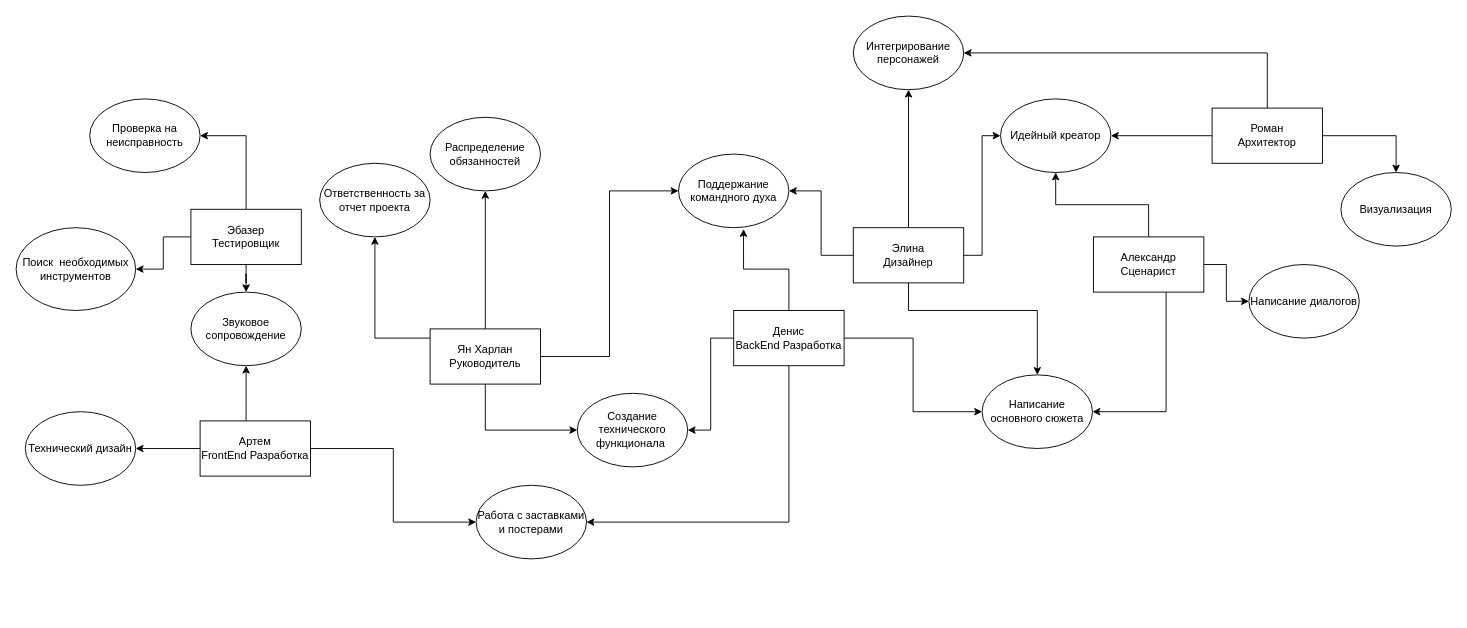
The draw.io diagram распределение ролей.drawio in DLordxxx/Death-Parade, before the edit. Source tidied: cells renumbered, new cells numbered last; positions are measured from the earlier drawing's top-left corner, leaving out a move shared by most shapes. Both pictures are drawn from the tidied source at 92%, with x=0, y=0 at pixel (16, 16).
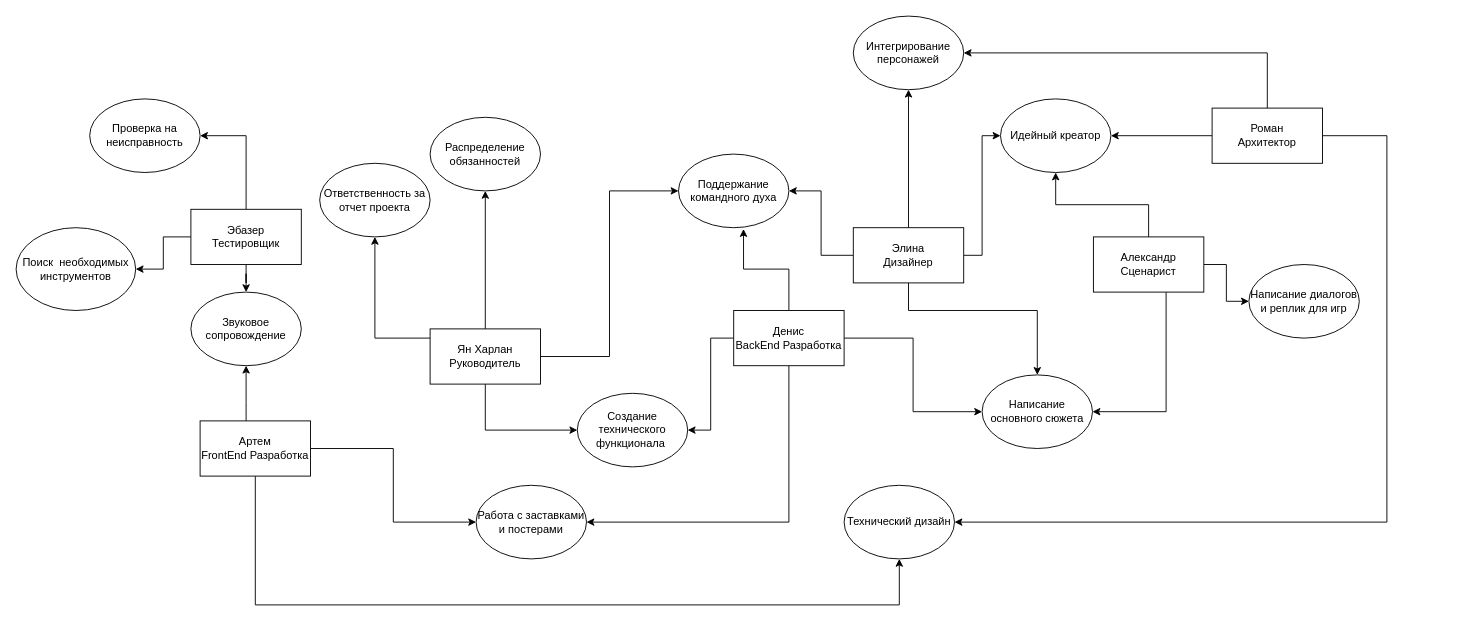
The same diagram, later.

Unchanged cells that the change refers to:
```xml
<mxCell id="10" value="Роман&lt;br&gt;Архитектор" style="rounded=0;whiteSpace=wrap;html=1;" parent="1" vertex="1">
  <mxGeometry x="1300" y="100" width="120" height="60" as="geometry" />
</mxCell>
<mxCell id="20" value="Артем&lt;br&gt;FrontEnd Разработка" style="rounded=0;whiteSpace=wrap;html=1;" parent="1" vertex="1">
  <mxGeometry x="200" y="440" width="120" height="60" as="geometry" />
</mxCell>
```

Change to the diagram source:
```diff
@@
-    <mxCell id="7" style="edgeStyle=orthogonalEdgeStyle;rounded=0;jettySize=auto;html=1;entryX=0.5;entryY=0;entryDx=0;entryDy=0;" parent="1" edge="1" source="10" target="43">
-      <mxGeometry relative="1" as="geometry" />
-    </mxCell>
@@
+    <mxCell id="47" style="edgeStyle=orthogonalEdgeStyle;rounded=0;jettySize=auto;html=1;entryX=1;entryY=0.5;entryDx=0;entryDy=0;" parent="1" edge="1" source="10" target="45">
+      <mxGeometry relative="1" as="geometry">
+        <Array as="points">
+          <mxPoint x="1490" y="130" />
+          <mxPoint x="1490" y="550" />
+        </Array>
+      </mxGeometry>
+    </mxCell>
@@
-    <mxCell id="19" style="edgeStyle=orthogonalEdgeStyle;rounded=0;jettySize=auto;html=1;entryX=1;entryY=0.5;entryDx=0;entryDy=0;" parent="1" edge="1" source="20" target="45">
-      <mxGeometry relative="1" as="geometry" />
+    <mxCell id="19" style="edgeStyle=orthogonalEdgeStyle;rounded=0;jettySize=auto;html=1;entryX=0.5;entryY=1;entryDx=0;entryDy=0;" parent="1" edge="1" source="20" target="45">
+      <mxGeometry relative="1" as="geometry">
+        <Array as="points">
+          <mxPoint x="260" y="640" />
+          <mxPoint x="960" y="640" />
+        </Array>
+      </mxGeometry>
     </mxCell>
@@
-    <mxCell id="36" value="Написание диалогов" style="ellipse;whiteSpace=wrap;html=1;" parent="1" vertex="1">
+    <mxCell id="36" value="Написание диалогов и реплик для игр" style="ellipse;whiteSpace=wrap;html=1;" parent="1" vertex="1">
       <mxGeometry x="1340" y="270" width="120" height="80" as="geometry" />
     </mxCell>
@@
-    <mxCell id="43" value="Визуализация" style="ellipse;whiteSpace=wrap;html=1;" parent="1" vertex="1">
-      <mxGeometry x="1440" y="170" width="120" height="80" as="geometry" />
-    </mxCell>
@@
     <mxCell id="45" value="Технический дизайн" style="ellipse;whiteSpace=wrap;html=1;" parent="1" vertex="1">
-      <mxGeometry x="10" y="430" width="120" height="80" as="geometry" />
+      <mxGeometry x="900" y="510" width="120" height="80" as="geometry" />
     </mxCell>
```
